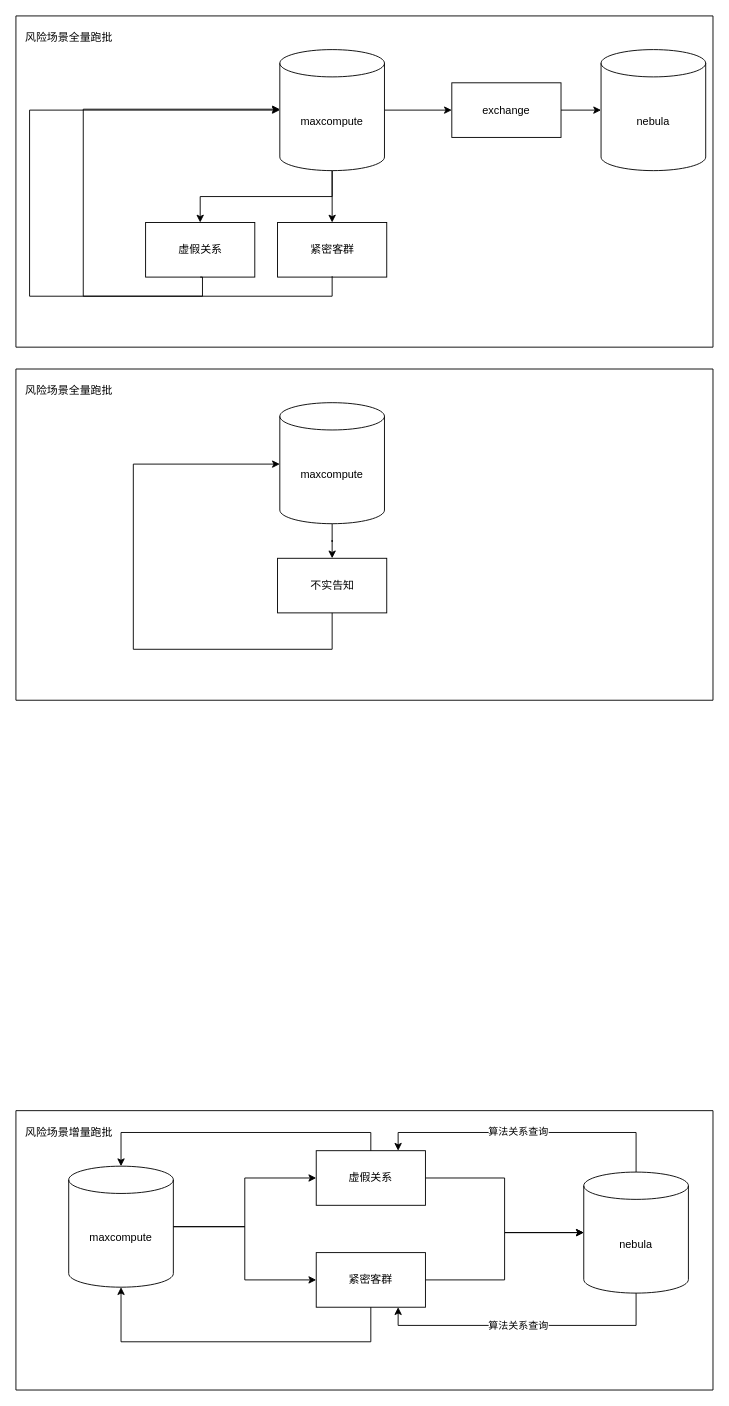
Above: page "Page-2" (2 of 4) of 友邦/友邦事中数据流.drawio in XiaoLiuAI/diagrams (draw.io), before the change. Source tidied: cells renumbered, new cells numbered last; positions are measured from the earlier drawing's top-left corner, leaving out a move shared by most shapes. Both pictures are drawn from the tidied source at 91%, with x=0, y=0 at pixel (15, 15).
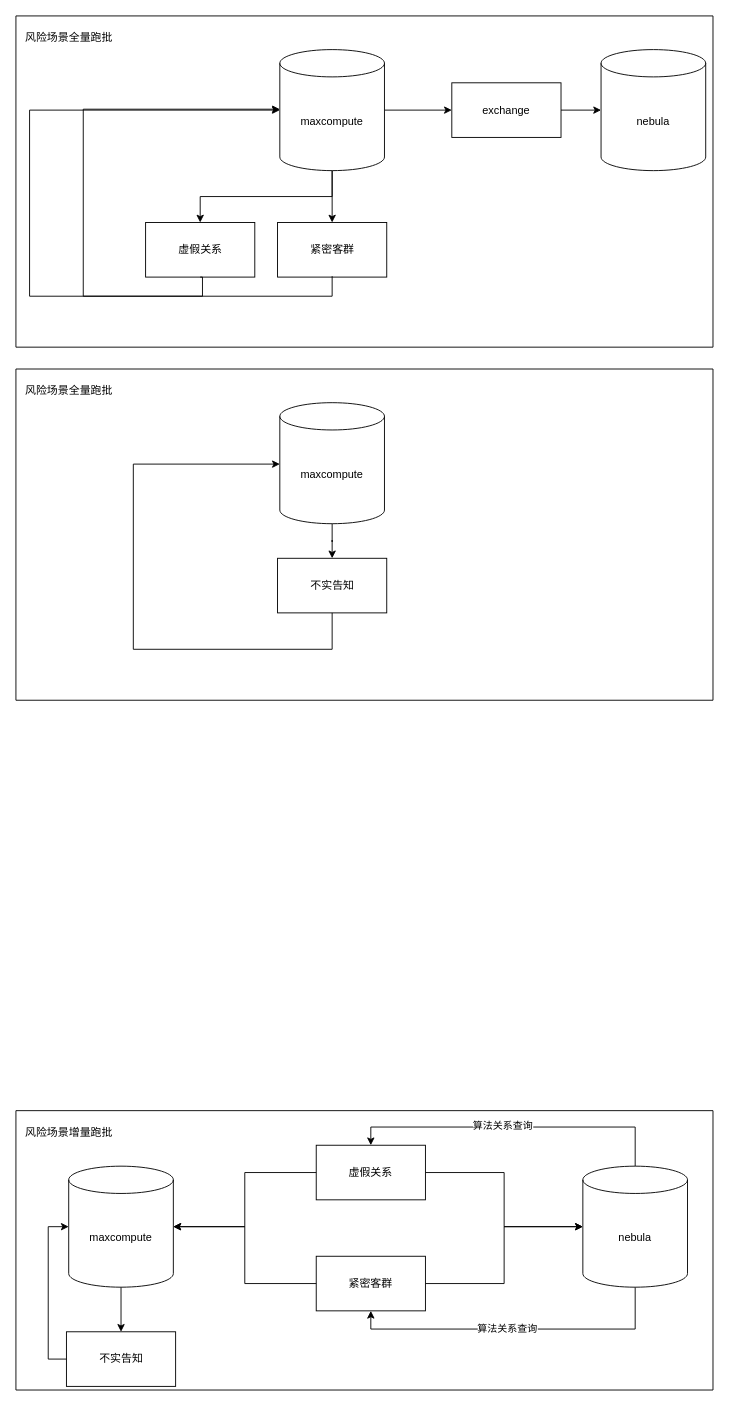
Above is the later version.

Unchanged cells that the change refers to:
```xml
<mxCell id="15" style="swimlane;startSize=0;" parent="1" vertex="1">
  <mxGeometry y="1203" width="766" height="307" as="geometry" />
</mxCell>
<mxCell id="18" value="maxcompute" style="shape=cylinder3;whiteSpace=wrap;html=1;boundedLbl=1;backgroundOutline=1;size=15;" parent="15" vertex="1">
  <mxGeometry x="58" y="61" width="115" height="133" as="geometry" />
</mxCell>
```

What changed in the source:
```diff
@@
-    <mxCell id="17" style="edgeStyle=orthogonalEdgeStyle;rounded=0;jettySize=auto;html=1;exitX=1;exitY=0.5;exitDx=0;exitDy=0;exitPerimeter=0;" parent="15" edge="1" source="18" target="20">
-      <mxGeometry relative="1" as="geometry" />
-    </mxCell>
+    <mxCell id="37" style="edgeStyle=orthogonalEdgeStyle;rounded=0;jettySize=auto;html=1;" parent="15" edge="1" source="18" target="38">
+      <mxGeometry relative="1" as="geometry" />
+    </mxCell>
@@
     <mxCell id="20" value="虚假关系" style="rounded=0;whiteSpace=wrap;html=1;" parent="15" vertex="1">
-      <mxGeometry x="330" y="44" width="120" height="60" as="geometry" />
+      <mxGeometry x="330" y="38" width="120" height="60" as="geometry" />
     </mxCell>
@@
     <mxCell id="22" value="紧密客群" style="rounded=0;whiteSpace=wrap;html=1;" parent="15" vertex="1">
-      <mxGeometry x="330" y="156" width="120" height="60" as="geometry" />
+      <mxGeometry x="330" y="160" width="120" height="60" as="geometry" />
     </mxCell>
-    <mxCell id="23" style="edgeStyle=orthogonalEdgeStyle;rounded=0;jettySize=auto;html=1;exitX=1;exitY=0.5;exitDx=0;exitDy=0;exitPerimeter=0;entryX=0;entryY=0.5;entryDx=0;entryDy=0;" parent="15" edge="1" source="18" target="22">
-      <mxGeometry relative="1" as="geometry" />
-    </mxCell>
-    <mxCell id="24" style="edgeStyle=orthogonalEdgeStyle;rounded=0;jettySize=auto;html=1;exitX=0.5;exitY=1;exitDx=0;exitDy=0;exitPerimeter=0;entryX=0.75;entryY=1;entryDx=0;entryDy=0;" parent="15" edge="1" source="28" target="22">
+    <mxCell id="24" style="edgeStyle=orthogonalEdgeStyle;rounded=0;jettySize=auto;html=1;exitX=0.5;exitY=1;exitDx=0;exitDy=0;exitPerimeter=0;entryX=0.5;entryY=1;entryDx=0;entryDy=0;" parent="15" edge="1" source="28" target="22">
       <mxGeometry relative="1" as="geometry" />
     </mxCell>
@@
-    <mxCell id="26" style="edgeStyle=orthogonalEdgeStyle;rounded=0;jettySize=auto;html=1;exitX=0.5;exitY=0;exitDx=0;exitDy=0;exitPerimeter=0;entryX=0.75;entryY=0;entryDx=0;entryDy=0;" parent="15" edge="1" source="28" target="20">
+    <mxCell id="26" style="edgeStyle=orthogonalEdgeStyle;rounded=0;jettySize=auto;html=1;exitX=0.5;exitY=0;exitDx=0;exitDy=0;exitPerimeter=0;entryX=0.5;entryY=0;entryDx=0;entryDy=0;" parent="15" edge="1" source="28" target="20">
       <mxGeometry relative="1" as="geometry" />
     </mxCell>
@@
     <mxCell id="28" value="nebula" style="shape=cylinder3;whiteSpace=wrap;html=1;boundedLbl=1;backgroundOutline=1;size=15;" parent="15" vertex="1">
-      <mxGeometry x="624" y="67.5" width="115" height="133" as="geometry" />
+      <mxGeometry x="623" y="61" width="115" height="133" as="geometry" />
     </mxCell>
-    <mxCell id="29" style="edgeStyle=orthogonalEdgeStyle;rounded=0;jettySize=auto;html=1;exitX=0.5;exitY=0;exitDx=0;exitDy=0;entryX=0.5;entryY=0;entryDx=0;entryDy=0;entryPerimeter=0;" parent="15" edge="1" source="20" target="18">
+    <mxCell id="29" style="edgeStyle=orthogonalEdgeStyle;rounded=0;jettySize=auto;html=1;exitX=0;exitY=0.5;exitDx=0;exitDy=0;entryX=1;entryY=0.5;entryDx=0;entryDy=0;entryPerimeter=0;" parent="15" edge="1" source="20" target="18">
       <mxGeometry relative="1" as="geometry" />
     </mxCell>
-    <mxCell id="30" style="edgeStyle=orthogonalEdgeStyle;rounded=0;jettySize=auto;html=1;exitX=0.5;exitY=1;exitDx=0;exitDy=0;entryX=0.5;entryY=1;entryDx=0;entryDy=0;entryPerimeter=0;" parent="15" edge="1" source="22" target="18">
-      <mxGeometry relative="1" as="geometry">
-        <Array as="points">
-          <mxPoint x="390" y="254" />
-          <mxPoint x="116" y="254" />
-        </Array>
-      </mxGeometry>
+    <mxCell id="30" style="edgeStyle=orthogonalEdgeStyle;rounded=0;jettySize=auto;html=1;entryX=1;entryY=0.5;entryDx=0;entryDy=0;entryPerimeter=0;" parent="15" edge="1" source="22" target="18">
+      <mxGeometry relative="1" as="geometry" />
     </mxCell>
+    <mxCell id="38" value="不实告知" style="whiteSpace=wrap;html=1;" parent="15" vertex="1">
+      <mxGeometry x="55.5" y="243" width="120" height="60" as="geometry" />
+    </mxCell>
+    <mxCell id="39" style="edgeStyle=orthogonalEdgeStyle;rounded=0;jettySize=auto;html=1;exitX=0;exitY=0.5;exitDx=0;exitDy=0;entryX=0;entryY=0.5;entryDx=0;entryDy=0;entryPerimeter=0;" parent="15" edge="1" source="38" target="18">
+      <mxGeometry relative="1" as="geometry" />
+    </mxCell>
```
